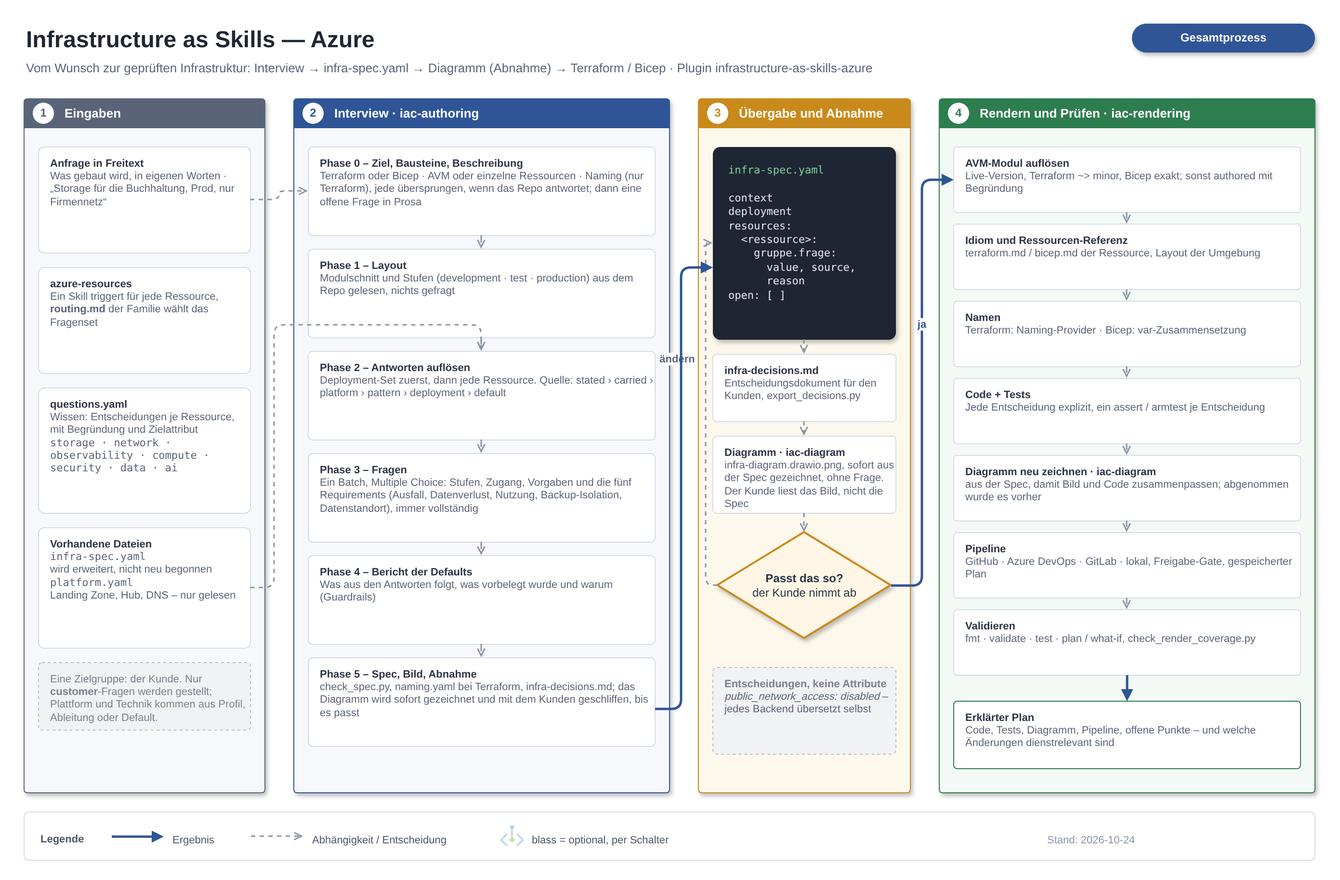
Before: docs/process.drawio.png, a diagram exported from draw.io (LemurDaniel/Infrastructure-as-Skills-Azure). Source tidied: cells renumbered, new cells last; positions are measured from the earlier drawing's top-left corner, leaving out a move shared by most shapes.
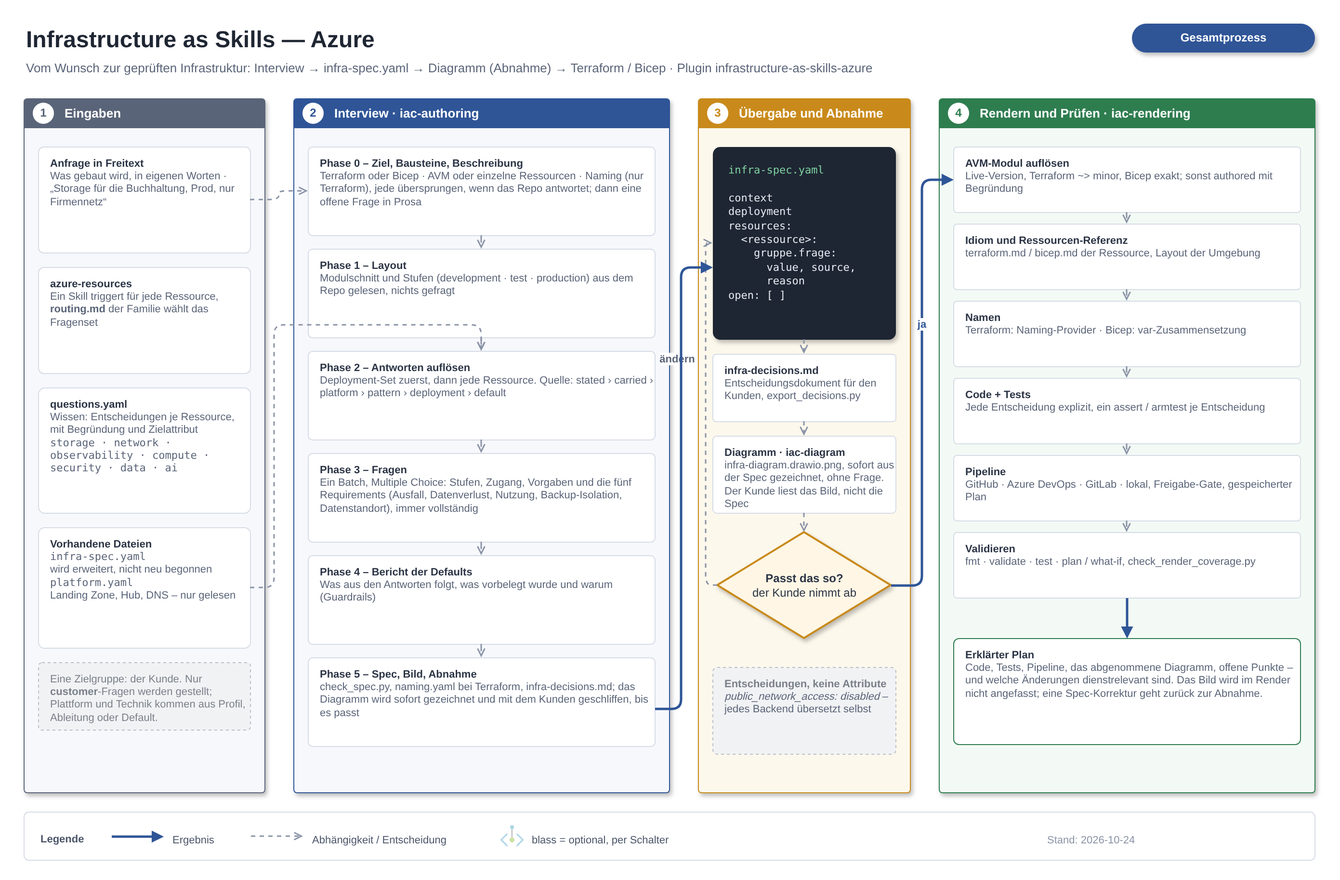
After the change.

Commit message:
Leave the signed-off diagram alone during the render

Diff of the diagram source:
```diff
@@ -147,14 +147,11 @@
     <mxCell id="44" value="&lt;b&gt;Code + Tests&lt;/b&gt;&lt;br&gt;&lt;span style=&quot;font-weight:normal;font-size:11px;color:#5A6478&quot;&gt;Jede Entscheidung explizit, ein assert / armtest je Entscheidung&lt;/span&gt;" style="rounded=1;arcSize=5;strokeColor=#D6DCE6;fillColor=#FFFFFF;align=left;verticalAlign=top;spacingLeft=10;spacingTop=4;fontSize=11;fontColor=#2B3445;fontFamily=Helvetica;html=1;whiteSpace=wrap;" parent="1" vertex="1">
       <mxGeometry x="965" y="372" width="360" height="68" as="geometry" />
     </mxCell>
-    <mxCell id="45" value="&lt;b&gt;Diagramm neu zeichnen · iac-diagram&lt;/b&gt;&lt;br&gt;&lt;span style=&quot;font-weight:normal;font-size:11px;color:#5A6478&quot;&gt;aus der Spec, damit Bild und Code zusammenpassen; abgenommen wurde es vorher&lt;/span&gt;" style="rounded=1;arcSize=5;strokeColor=#D6DCE6;fillColor=#FFFFFF;align=left;verticalAlign=top;spacingLeft=10;spacingTop=4;fontSize=11;fontColor=#2B3445;fontFamily=Helvetica;html=1;whiteSpace=wrap;" parent="1" vertex="1">
-      <mxGeometry x="965" y="452" width="360" height="68" as="geometry" />
-    </mxCell>
     <mxCell id="46" value="&lt;b&gt;Pipeline&lt;/b&gt;&lt;br&gt;&lt;span style=&quot;font-weight:normal;font-size:11px;color:#5A6478&quot;&gt;GitHub · Azure DevOps · GitLab · lokal, Freigabe-Gate, gespeicherter Plan&lt;/span&gt;" style="rounded=1;arcSize=5;strokeColor=#D6DCE6;fillColor=#FFFFFF;align=left;verticalAlign=top;spacingLeft=10;spacingTop=4;fontSize=11;fontColor=#2B3445;fontFamily=Helvetica;html=1;whiteSpace=wrap;" parent="1" vertex="1">
-      <mxGeometry x="965" y="532" width="360" height="68" as="geometry" />
+      <mxGeometry x="965" y="452" width="360" height="68" as="geometry" />
     </mxCell>
     <mxCell id="47" value="&lt;b&gt;Validieren&lt;/b&gt;&lt;br&gt;&lt;span style=&quot;font-weight:normal;font-size:11px;color:#5A6478&quot;&gt;fmt · validate · test · plan / what-if, check_render_coverage.py&lt;/span&gt;" style="rounded=1;arcSize=5;strokeColor=#D6DCE6;fillColor=#FFFFFF;align=left;verticalAlign=top;spacingLeft=10;spacingTop=4;fontSize=11;fontColor=#2B3445;fontFamily=Helvetica;html=1;whiteSpace=wrap;" parent="1" vertex="1">
-      <mxGeometry x="965" y="612" width="360" height="68" as="geometry" />
+      <mxGeometry x="965" y="532" width="360" height="68" as="geometry" />
     </mxCell>
     <mxCell id="48" style="edgeStyle=orthogonalEdgeStyle;rounded=1;strokeColor=#8A93A6;strokeWidth=1.5;dashed=1;endArrow=open;fontSize=11;fontStyle=1;fontColor=#5A6478;labelBackgroundColor=#FFFFFF;fontFamily=Helvetica;html=1;whiteSpace=wrap;" parent="1" edge="1" source="41" target="42">
       <mxGeometry relative="1" as="geometry" />
@@ -165,17 +162,14 @@
     <mxCell id="50" style="edgeStyle=orthogonalEdgeStyle;rounded=1;strokeColor=#8A93A6;strokeWidth=1.5;dashed=1;endArrow=open;fontSize=11;fontStyle=1;fontColor=#5A6478;labelBackgroundColor=#FFFFFF;fontFamily=Helvetica;html=1;whiteSpace=wrap;" parent="1" edge="1" source="43" target="44">
       <mxGeometry relative="1" as="geometry" />
     </mxCell>
-    <mxCell id="51" style="edgeStyle=orthogonalEdgeStyle;rounded=1;strokeColor=#8A93A6;strokeWidth=1.5;dashed=1;endArrow=open;fontSize=11;fontStyle=1;fontColor=#5A6478;labelBackgroundColor=#FFFFFF;fontFamily=Helvetica;html=1;whiteSpace=wrap;" parent="1" edge="1" source="44" target="45">
-      <mxGeometry relative="1" as="geometry" />
-    </mxCell>
-    <mxCell id="52" style="edgeStyle=orthogonalEdgeStyle;rounded=1;strokeColor=#8A93A6;strokeWidth=1.5;dashed=1;endArrow=open;fontSize=11;fontStyle=1;fontColor=#5A6478;labelBackgroundColor=#FFFFFF;fontFamily=Helvetica;html=1;whiteSpace=wrap;" parent="1" edge="1" source="45" target="46">
+    <mxCell id="52" style="edgeStyle=orthogonalEdgeStyle;rounded=1;strokeColor=#8A93A6;strokeWidth=1.5;dashed=1;endArrow=open;fontSize=11;fontStyle=1;fontColor=#5A6478;labelBackgroundColor=#FFFFFF;fontFamily=Helvetica;html=1;whiteSpace=wrap;" parent="1" edge="1" source="44" target="46">
       <mxGeometry relative="1" as="geometry" />
     </mxCell>
     <mxCell id="53" style="edgeStyle=orthogonalEdgeStyle;rounded=1;strokeColor=#8A93A6;strokeWidth=1.5;dashed=1;endArrow=open;fontSize=11;fontStyle=1;fontColor=#5A6478;labelBackgroundColor=#FFFFFF;fontFamily=Helvetica;html=1;whiteSpace=wrap;" parent="1" edge="1" source="46" target="47">
       <mxGeometry relative="1" as="geometry" />
     </mxCell>
-    <mxCell id="54" value="&lt;b&gt;Erklärter Plan&lt;/b&gt;&lt;br&gt;&lt;span style=&quot;font-weight:normal;font-size:11px;color:#5A6478&quot;&gt;Code, Tests, Diagramm, Pipeline, offene Punkte – und welche Änderungen dienstrelevant sind&lt;/span&gt;" style="rounded=1;arcSize=5;strokeColor=#2E7D4F;fillColor=#FFFFFF;align=left;verticalAlign=top;spacingLeft=10;spacingTop=4;fontSize=11;fontColor=#2B3445;fontFamily=Helvetica;html=1;whiteSpace=wrap;" parent="1" vertex="1">
-      <mxGeometry x="965" y="707" width="360" height="70" as="geometry" />
+    <mxCell id="54" value="&lt;b&gt;Erklärter Plan&lt;/b&gt;&lt;br&gt;&lt;span style=&quot;font-weight:normal;font-size:11px;color:#5A6478&quot;&gt;Code, Tests, Pipeline, das abgenommene Diagramm, offene Punkte – und welche Änderungen dienstrelevant sind. Das Bild wird im Render nicht angefasst; eine Spec-Korrektur geht zurück zur Abnahme.&lt;/span&gt;" style="rounded=1;arcSize=5;strokeColor=#2E7D4F;fillColor=#FFFFFF;align=left;verticalAlign=top;spacingLeft=10;spacingTop=4;fontSize=11;fontColor=#2B3445;fontFamily=Helvetica;html=1;whiteSpace=wrap;" parent="1" vertex="1">
+      <mxGeometry x="965" y="642" width="360" height="110" as="geometry" />
     </mxCell>
     <mxCell id="55" style="edgeStyle=orthogonalEdgeStyle;rounded=1;strokeColor=#2F5597;strokeWidth=2.5;endArrow=block;endFill=1;fontSize=11;fontStyle=1;fontColor=#2F5597;labelBackgroundColor=#FFFFFF;fontFamily=Helvetica;html=1;whiteSpace=wrap;" parent="1" edge="1" source="47" target="54">
       <mxGeometry relative="1" as="geometry" />
```
